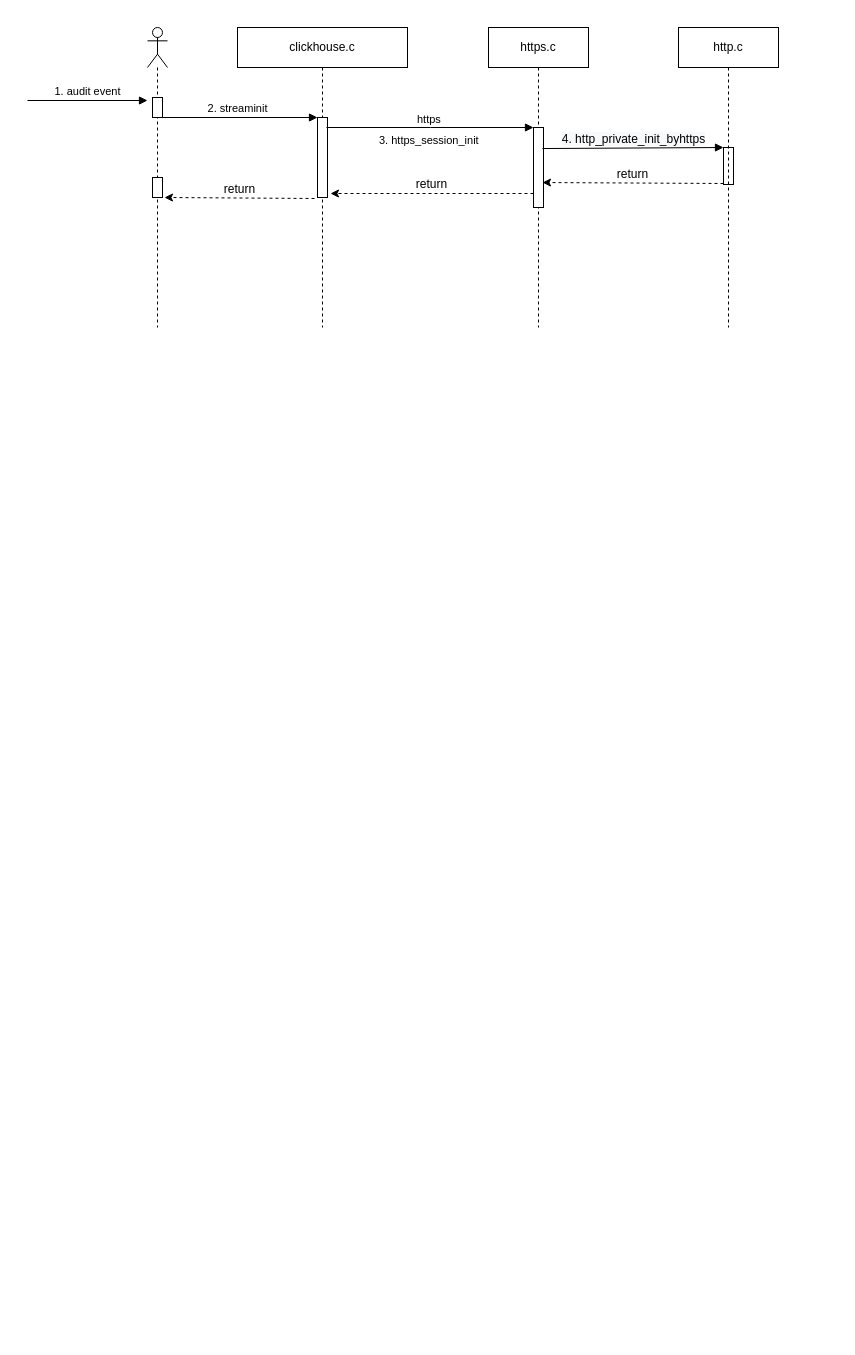
The draw.io diagram clickhouse interact http.drawio in leonce28/draw-io-img, before the edit. Source tidied: cells renumbered, new cells numbered last; positions are measured from the earlier drawing's top-left corner, leaving out a move shared by most shapes. Both pictures are drawn from the tidied source at 100%, with x=0, y=0 at pixel (27, 27).
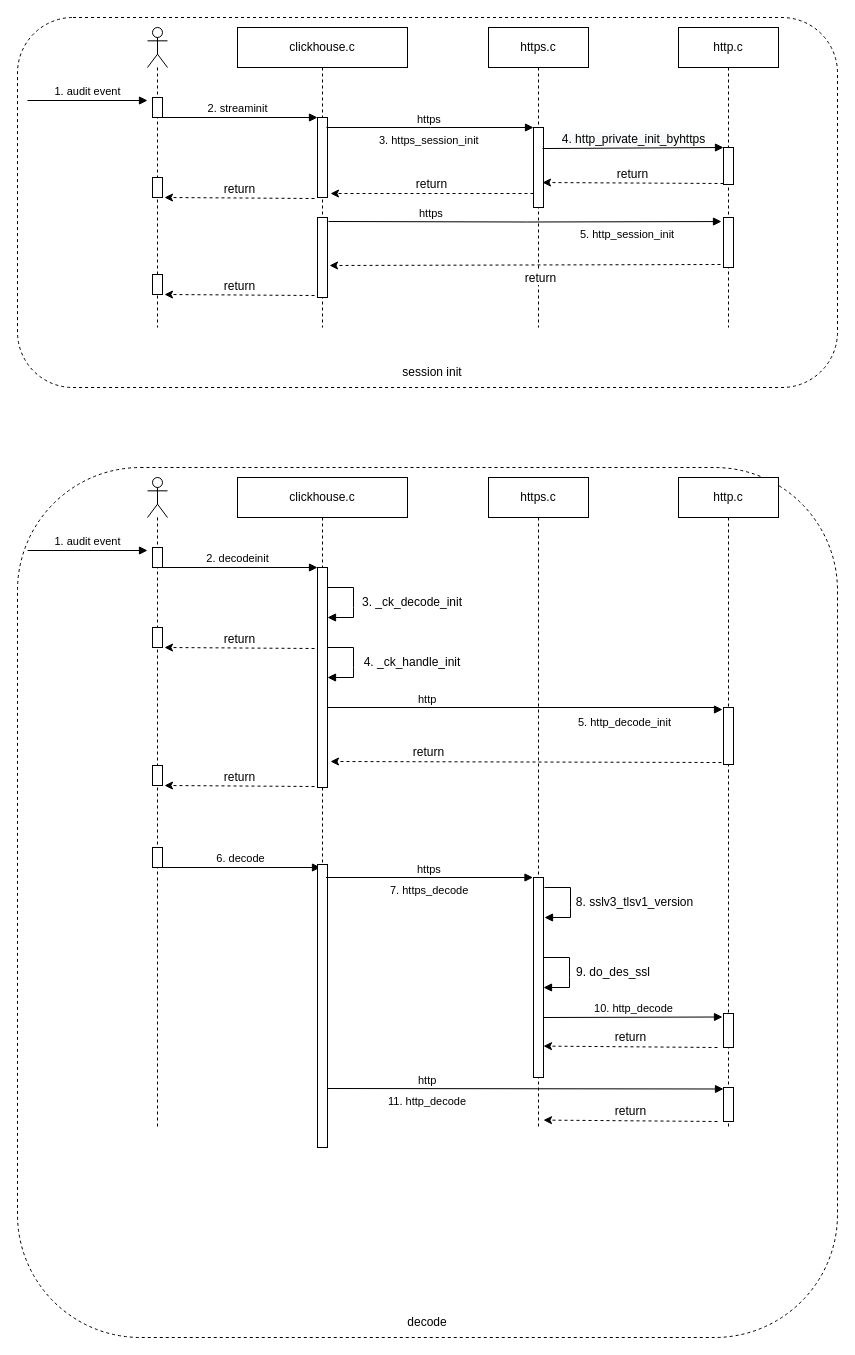
Above is the later version.

Unchanged cells that the change refers to:
```xml
<mxCell id="5" value="clickhouse.c" style="shape=umlLifeline;perimeter=lifelinePerimeter;whiteSpace=wrap;html=1;" parent="1" vertex="1">
  <mxGeometry x="210" width="170" height="300" as="geometry" />
</mxCell>
<mxCell id="13" value="http.c" style="shape=umlLifeline;perimeter=lifelinePerimeter;whiteSpace=wrap;html=1;" parent="1" vertex="1">
  <mxGeometry x="651" width="100" height="300" as="geometry" />
</mxCell>
```

What changed in the source:
```diff
@@
+    <mxCell id="19" style="rounded=1;whiteSpace=wrap;html=1;fontFamily=Helvetica;fontSize=12;fillColor=none;dashed=1;" parent="1" vertex="1">
+      <mxGeometry x="-10" y="-10" width="820" height="370" as="geometry" />
+    </mxCell>
@@
+    <mxCell id="20" style="html=1;points=[];perimeter=orthogonalPerimeter;" parent="5" vertex="1">
+      <mxGeometry x="80" y="190" width="10" height="80" as="geometry" />
+    </mxCell>
+    <mxCell id="21" style="html=1;perimeter=orthogonalPerimeter;" parent="5" vertex="1">
+      <mxGeometry x="-85" y="247" width="10" height="20" as="geometry" />
+    </mxCell>
+    <mxCell id="22" value="return" style="html=1;verticalAlign=bottom;endArrow=classic;dashed=1;endSize=6;exitX=0;exitY=0.95;rounded=0;fontFamily=Helvetica;fontSize=12;fontColor=default;strokeWidth=1;endFill=1;" parent="5" edge="1">
+      <mxGeometry relative="1" as="geometry">
+        <mxPoint x="77" y="268" as="sourcePoint" />
+        <mxPoint x="-73" y="267" as="targetPoint" />
+      </mxGeometry>
+    </mxCell>
@@
-    <mxCell id="14" style="html=1;points=[];perimeter=orthogonalPerimeter;fontFamily=Helvetica;fontSize=12;fontColor=default;fillColor=none;gradientColor=none;" parent="13" vertex="1">
+    <mxCell id="14" style="html=1;points=[];perimeter=orthogonalPerimeter;fontFamily=Helvetica;fontSize=12;fontColor=default;fillColor=default;gradientColor=none;" parent="13" vertex="1">
       <mxGeometry x="45" y="120" width="10" height="37" as="geometry" />
     </mxCell>
+    <mxCell id="23" style="html=1;points=[];perimeter=orthogonalPerimeter;fontFamily=Helvetica;fontSize=12;fontColor=default;fillColor=default;gradientColor=none;" parent="13" vertex="1">
+      <mxGeometry x="45" y="190" width="10" height="50" as="geometry" />
+    </mxCell>
@@
+    <mxCell id="24" value="&lt;span style=&quot;text-align: center&quot;&gt;5. http_session_init&lt;/span&gt;" style="endArrow=block;endFill=1;html=1;edgeStyle=orthogonalEdgeStyle;align=left;verticalAlign=top;rounded=0;entryX=-0.2;entryY=0.081;entryDx=0;entryDy=0;entryPerimeter=0;" parent="1" edge="1" target="23">
+      <mxGeometry x="0.27" relative="1" as="geometry">
+        <mxPoint x="301" y="194" as="sourcePoint" />
+      </mxGeometry>
+    </mxCell>
+    <mxCell id="25" value="https" style="edgeLabel;html=1;align=left;verticalAlign=bottom;" parent="24" vertex="1">
+      <mxGeometry x="-1" relative="1" as="geometry">
+        <mxPoint x="89" as="offset" />
+      </mxGeometry>
+    </mxCell>
+    <mxCell id="26" value="return" style="html=1;verticalAlign=bottom;endArrow=classic;dashed=1;endSize=6;exitX=0;exitY=0.95;rounded=0;fontFamily=Helvetica;fontSize=12;fontColor=default;strokeWidth=1;entryX=1.2;entryY=0.6;entryDx=0;entryDy=0;entryPerimeter=0;endFill=1;" parent="1" edge="1" target="20">
+      <mxGeometry x="-0.08" y="23" relative="1" as="geometry">
+        <mxPoint x="693" y="237" as="sourcePoint" />
+      </mxGeometry>
+    </mxCell>
+    <mxCell id="27" value="session init" style="text;html=1;strokeColor=none;fillColor=none;align=center;verticalAlign=middle;whiteSpace=wrap;rounded=0;fontFamily=Helvetica;fontSize=12;fontColor=default;" parent="1" vertex="1">
+      <mxGeometry x="370" y="330" width="70" height="30" as="geometry" />
+    </mxCell>
+    <mxCell id="28" style="rounded=1;whiteSpace=wrap;html=1;fontFamily=Helvetica;fontSize=12;fillColor=none;dashed=1;" parent="1" vertex="1">
+      <mxGeometry x="-10" y="440" width="820" height="870" as="geometry" />
+    </mxCell>
+    <mxCell id="29" style="shape=umlLifeline;participant=umlActor;perimeter=lifelinePerimeter;whiteSpace=wrap;html=1;verticalAlign=top;spacingTop=36;" parent="1" vertex="1">
+      <mxGeometry x="120" y="450" width="20" height="650" as="geometry" />
+    </mxCell>
+    <mxCell id="30" style="html=1;perimeter=orthogonalPerimeter;" parent="29" vertex="1">
+      <mxGeometry x="5" y="70" width="10" height="20" as="geometry" />
+    </mxCell>
+    <mxCell id="31" style="html=1;perimeter=orthogonalPerimeter;" parent="29" vertex="1">
+      <mxGeometry x="5" y="150" width="10" height="20" as="geometry" />
+    </mxCell>
+    <mxCell id="32" value="clickhouse.c" style="shape=umlLifeline;perimeter=lifelinePerimeter;whiteSpace=wrap;html=1;" parent="1" vertex="1">
+      <mxGeometry x="210" y="450" width="170" height="670" as="geometry" />
+    </mxCell>
+    <mxCell id="33" style="html=1;points=[];perimeter=orthogonalPerimeter;" parent="32" vertex="1">
+      <mxGeometry x="80" y="90" width="10" height="220" as="geometry" />
+    </mxCell>
+    <mxCell id="34" value="return" style="html=1;verticalAlign=bottom;endArrow=classic;dashed=1;endSize=6;exitX=0;exitY=0.95;rounded=0;fontFamily=Helvetica;fontSize=12;fontColor=default;strokeWidth=1;endFill=1;" parent="32" edge="1">
+      <mxGeometry relative="1" as="geometry">
+        <mxPoint x="77" y="171" as="sourcePoint" />
+        <mxPoint x="-73" y="170" as="targetPoint" />
+      </mxGeometry>
+    </mxCell>
+    <mxCell id="35" style="endArrow=block;endFill=1;endSize=6;html=1;rounded=0;align=left;verticalAlign=top;exitX=0.9;exitY=0.25;exitDx=0;exitDy=0;exitPerimeter=0;strokeWidth=1;" parent="32" edge="1">
+      <mxGeometry relative="1" as="geometry">
+        <mxPoint x="90" y="110" as="sourcePoint" />
+        <mxPoint x="90" y="140" as="targetPoint" />
+        <Array as="points">
+          <mxPoint x="116" y="110" />
+          <mxPoint x="116" y="130" />
+          <mxPoint x="116" y="140" />
+        </Array>
+      </mxGeometry>
+    </mxCell>
+    <mxCell id="36" value="6. decode" style="html=1;verticalAlign=bottom;endArrow=block;entryX=0;entryY=0;rounded=0;" parent="32" edge="1">
+      <mxGeometry relative="1" as="geometry">
+        <mxPoint x="-77" y="390" as="sourcePoint" />
+        <mxPoint x="83" y="390" as="targetPoint" />
+      </mxGeometry>
+    </mxCell>
+    <mxCell id="37" style="html=1;perimeter=orthogonalPerimeter;" parent="32" vertex="1">
+      <mxGeometry x="80" y="387" width="10" height="283" as="geometry" />
+    </mxCell>
+    <mxCell id="38" value="https.c" style="shape=umlLifeline;perimeter=lifelinePerimeter;whiteSpace=wrap;html=1;" parent="1" vertex="1">
+      <mxGeometry x="461" y="450" width="100" height="650" as="geometry" />
+    </mxCell>
+    <mxCell id="39" value="return" style="html=1;verticalAlign=bottom;endArrow=classic;dashed=1;endSize=6;exitX=-0.2;exitY=0.965;rounded=0;fontFamily=Helvetica;fontSize=12;fontColor=default;strokeWidth=1;entryX=1.3;entryY=0.95;entryDx=0;entryDy=0;entryPerimeter=0;endFill=1;exitDx=0;exitDy=0;exitPerimeter=0;" parent="38" edge="1" source="43">
+      <mxGeometry x="0.5" relative="1" as="geometry">
+        <mxPoint x="-158" y="284" as="targetPoint" />
+      </mxGeometry>
+    </mxCell>
+    <mxCell id="40" style="html=1;points=[];perimeter=orthogonalPerimeter;" parent="38" vertex="1">
+      <mxGeometry x="45" y="400" width="10" height="200" as="geometry" />
+    </mxCell>
+    <mxCell id="41" style="endArrow=block;endFill=1;endSize=6;html=1;rounded=0;align=left;verticalAlign=top;exitX=0.9;exitY=0.25;exitDx=0;exitDy=0;exitPerimeter=0;strokeWidth=1;" parent="38" edge="1">
+      <mxGeometry relative="1" as="geometry">
+        <mxPoint x="56" y="410" as="sourcePoint" />
+        <mxPoint x="56" y="440" as="targetPoint" />
+        <Array as="points">
+          <mxPoint x="82" y="410" />
+          <mxPoint x="82" y="430" />
+          <mxPoint x="82" y="440" />
+        </Array>
+      </mxGeometry>
+    </mxCell>
+    <mxCell id="42" value="http.c" style="shape=umlLifeline;perimeter=lifelinePerimeter;whiteSpace=wrap;html=1;" parent="1" vertex="1">
+      <mxGeometry x="651" y="450" width="100" height="650" as="geometry" />
+    </mxCell>
+    <mxCell id="43" style="html=1;points=[];perimeter=orthogonalPerimeter;fontFamily=Helvetica;fontSize=12;fontColor=default;fillColor=default;gradientColor=none;" parent="42" vertex="1">
+      <mxGeometry x="45" y="230" width="10" height="57" as="geometry" />
+    </mxCell>
+    <mxCell id="44" style="html=1;perimeter=orthogonalPerimeter;fontFamily=Helvetica;fontSize=12;fontColor=default;fillColor=default;gradientColor=none;" parent="42" vertex="1">
+      <mxGeometry x="45" y="536" width="10" height="34" as="geometry" />
+    </mxCell>
+    <mxCell id="45" value="return" style="html=1;verticalAlign=bottom;endArrow=classic;dashed=1;endSize=6;exitX=0;exitY=0.95;rounded=0;fontFamily=Helvetica;fontSize=12;fontColor=default;strokeWidth=1;endFill=1;entryX=1;entryY=0.843;entryDx=0;entryDy=0;entryPerimeter=0;" parent="42" edge="1" target="40">
+      <mxGeometry relative="1" as="geometry">
+        <mxPoint x="39" y="570" as="sourcePoint" />
+      </mxGeometry>
+    </mxCell>
+    <mxCell id="46" style="html=1;points=[];perimeter=orthogonalPerimeter;fontFamily=Helvetica;fontSize=12;fontColor=default;fillColor=default;gradientColor=none;" parent="42" vertex="1">
+      <mxGeometry x="45" y="610" width="10" height="34" as="geometry" />
+    </mxCell>
+    <mxCell id="47" value="return" style="html=1;verticalAlign=bottom;endArrow=classic;dashed=1;endSize=6;exitX=0;exitY=0.95;rounded=0;fontFamily=Helvetica;fontSize=12;fontColor=default;strokeWidth=1;endFill=1;entryX=1;entryY=0.843;entryDx=0;entryDy=0;entryPerimeter=0;" parent="42" edge="1">
+      <mxGeometry relative="1" as="geometry">
+        <mxPoint x="39" y="644" as="sourcePoint" />
+        <mxPoint x="-135" y="642.6" as="targetPoint" />
+      </mxGeometry>
+    </mxCell>
+    <mxCell id="48" value="1. audit event" style="html=1;verticalAlign=bottom;endArrow=block;rounded=0;" parent="1" edge="1">
+      <mxGeometry relative="1" as="geometry">
+        <mxPoint y="523" as="sourcePoint" />
+        <mxPoint x="120" y="523" as="targetPoint" />
+      </mxGeometry>
+    </mxCell>
+    <mxCell id="49" value="2. decodeinit" style="html=1;verticalAlign=bottom;endArrow=block;entryX=0;entryY=0;rounded=0;" parent="1" edge="1" target="33">
+      <mxGeometry relative="1" as="geometry">
+        <mxPoint x="130" y="540" as="sourcePoint" />
+      </mxGeometry>
+    </mxCell>
+    <mxCell id="50" value="decode" style="text;html=1;strokeColor=none;fillColor=none;align=center;verticalAlign=middle;whiteSpace=wrap;rounded=0;fontFamily=Helvetica;fontSize=12;fontColor=default;" parent="1" vertex="1">
+      <mxGeometry x="365" y="1280" width="70" height="30" as="geometry" />
+    </mxCell>
+    <mxCell id="51" value="&lt;span style=&quot;text-align: center&quot;&gt;5. http_decode_init&lt;/span&gt;" style="endArrow=block;endFill=1;html=1;edgeStyle=orthogonalEdgeStyle;align=left;verticalAlign=top;rounded=0;entryX=-0.1;entryY=0.035;entryDx=0;entryDy=0;entryPerimeter=0;" parent="1" edge="1" target="43">
+      <mxGeometry x="0.26" y="-2" relative="1" as="geometry">
+        <mxPoint x="300" y="682" as="sourcePoint" />
+        <Array as="points">
+          <mxPoint x="690" y="680" />
+          <mxPoint x="690" y="682" />
+        </Array>
+      </mxGeometry>
+    </mxCell>
+    <mxCell id="52" value="http" style="edgeLabel;html=1;align=left;verticalAlign=bottom;" parent="51" vertex="1">
+      <mxGeometry x="-1" relative="1" as="geometry">
+        <mxPoint x="89" y="-2" as="offset" />
+      </mxGeometry>
+    </mxCell>
+    <mxCell id="53" value="3. _ck_decode_init" style="text;html=1;strokeColor=none;fillColor=none;align=center;verticalAlign=middle;whiteSpace=wrap;rounded=0;dashed=1;fontFamily=Helvetica;fontSize=12;fontColor=default;" parent="1" vertex="1">
+      <mxGeometry x="330" y="560" width="110" height="30" as="geometry" />
+    </mxCell>
+    <mxCell id="54" style="endArrow=block;endFill=1;endSize=6;html=1;rounded=0;align=left;verticalAlign=top;exitX=0.9;exitY=0.25;exitDx=0;exitDy=0;exitPerimeter=0;strokeWidth=1;" parent="1" edge="1">
+      <mxGeometry relative="1" as="geometry">
+        <mxPoint x="300" y="620" as="sourcePoint" />
+        <mxPoint x="300" y="650" as="targetPoint" />
+        <Array as="points">
+          <mxPoint x="326" y="620" />
+          <mxPoint x="326" y="640" />
+          <mxPoint x="326" y="650" />
+        </Array>
+      </mxGeometry>
+    </mxCell>
+    <mxCell id="55" value="4. _ck_handle_init" style="text;html=1;strokeColor=none;fillColor=none;align=center;verticalAlign=middle;whiteSpace=wrap;rounded=0;dashed=1;fontFamily=Helvetica;fontSize=12;fontColor=default;" parent="1" vertex="1">
+      <mxGeometry x="330" y="620" width="110" height="30" as="geometry" />
+    </mxCell>
+    <mxCell id="56" style="html=1;perimeter=orthogonalPerimeter;" parent="1" vertex="1">
+      <mxGeometry x="125" y="738" width="10" height="20" as="geometry" />
+    </mxCell>
+    <mxCell id="57" value="return" style="html=1;verticalAlign=bottom;endArrow=classic;dashed=1;endSize=6;exitX=0;exitY=0.95;rounded=0;fontFamily=Helvetica;fontSize=12;fontColor=default;strokeWidth=1;endFill=1;" parent="1" edge="1">
+      <mxGeometry relative="1" as="geometry">
+        <mxPoint x="287" y="759" as="sourcePoint" />
+        <mxPoint x="137" y="758" as="targetPoint" />
+      </mxGeometry>
+    </mxCell>
+    <mxCell id="58" value="&lt;span style=&quot;text-align: center&quot;&gt;7. https_decode&amp;nbsp;&lt;/span&gt;" style="endArrow=block;endFill=1;html=1;edgeStyle=orthogonalEdgeStyle;align=left;verticalAlign=top;rounded=0;exitX=0.9;exitY=0.125;exitDx=0;exitDy=0;exitPerimeter=0;jumpSize=6;" parent="1" edge="1">
+      <mxGeometry x="-0.41" relative="1" as="geometry">
+        <mxPoint x="298.5" y="850" as="sourcePoint" />
+        <mxPoint x="505.5" y="850" as="targetPoint" />
+        <mxPoint x="1" as="offset" />
+      </mxGeometry>
+    </mxCell>
+    <mxCell id="59" value="https" style="edgeLabel;html=1;align=left;verticalAlign=bottom;" parent="58" vertex="1">
+      <mxGeometry x="-1" relative="1" as="geometry">
+        <mxPoint x="89" as="offset" />
+      </mxGeometry>
+    </mxCell>
+    <mxCell id="60" style="html=1;perimeter=orthogonalPerimeter;" parent="1" vertex="1">
+      <mxGeometry x="125" y="820" width="10" height="20" as="geometry" />
+    </mxCell>
+    <mxCell id="61" value="8. sslv3_tlsv1_version" style="text;html=1;strokeColor=none;fillColor=none;align=center;verticalAlign=middle;whiteSpace=wrap;rounded=0;dashed=1;fontFamily=Helvetica;fontSize=12;fontColor=default;" parent="1" vertex="1">
+      <mxGeometry x="543" y="860" width="129" height="30" as="geometry" />
+    </mxCell>
+    <mxCell id="62" style="endArrow=block;endFill=1;endSize=6;html=1;rounded=0;align=left;verticalAlign=top;exitX=0.9;exitY=0.25;exitDx=0;exitDy=0;exitPerimeter=0;strokeWidth=1;" parent="1" edge="1">
+      <mxGeometry relative="1" as="geometry">
+        <mxPoint x="516" y="930" as="sourcePoint" />
+        <mxPoint x="516" y="960" as="targetPoint" />
+        <Array as="points">
+          <mxPoint x="542" y="930" />
+          <mxPoint x="542" y="950" />
+          <mxPoint x="542" y="960" />
+        </Array>
+      </mxGeometry>
+    </mxCell>
+    <mxCell id="63" value="9. do_des_ssl" style="text;html=1;strokeColor=none;fillColor=none;align=center;verticalAlign=middle;whiteSpace=wrap;rounded=0;dashed=1;fontFamily=Helvetica;fontSize=12;fontColor=default;" parent="1" vertex="1">
+      <mxGeometry x="542" y="930" width="88" height="30" as="geometry" />
+    </mxCell>
+    <mxCell id="64" value="10. http_decode" style="html=1;verticalAlign=bottom;endArrow=block;entryX=-0.2;entryY=0.167;rounded=0;entryDx=0;entryDy=0;entryPerimeter=0;" parent="1" edge="1">
+      <mxGeometry relative="1" as="geometry">
+        <mxPoint x="516" y="990" as="sourcePoint" />
+        <mxPoint x="695" y="989.5" as="targetPoint" />
+      </mxGeometry>
+    </mxCell>
+    <mxCell id="65" value="&lt;span style=&quot;text-align: center&quot;&gt;11. http_decode&lt;/span&gt;" style="endArrow=block;endFill=1;html=1;edgeStyle=orthogonalEdgeStyle;align=left;verticalAlign=top;rounded=0;jumpSize=6;entryX=0;entryY=0.044;entryDx=0;entryDy=0;entryPerimeter=0;" parent="1" edge="1" target="46">
+      <mxGeometry x="-0.7" relative="1" as="geometry">
+        <mxPoint x="300" y="1061" as="sourcePoint" />
+      </mxGeometry>
+    </mxCell>
+    <mxCell id="66" value="http" style="edgeLabel;html=1;align=left;verticalAlign=bottom;" parent="65" vertex="1">
+      <mxGeometry x="-1" relative="1" as="geometry">
+        <mxPoint x="89" as="offset" />
+      </mxGeometry>
+    </mxCell>
```
